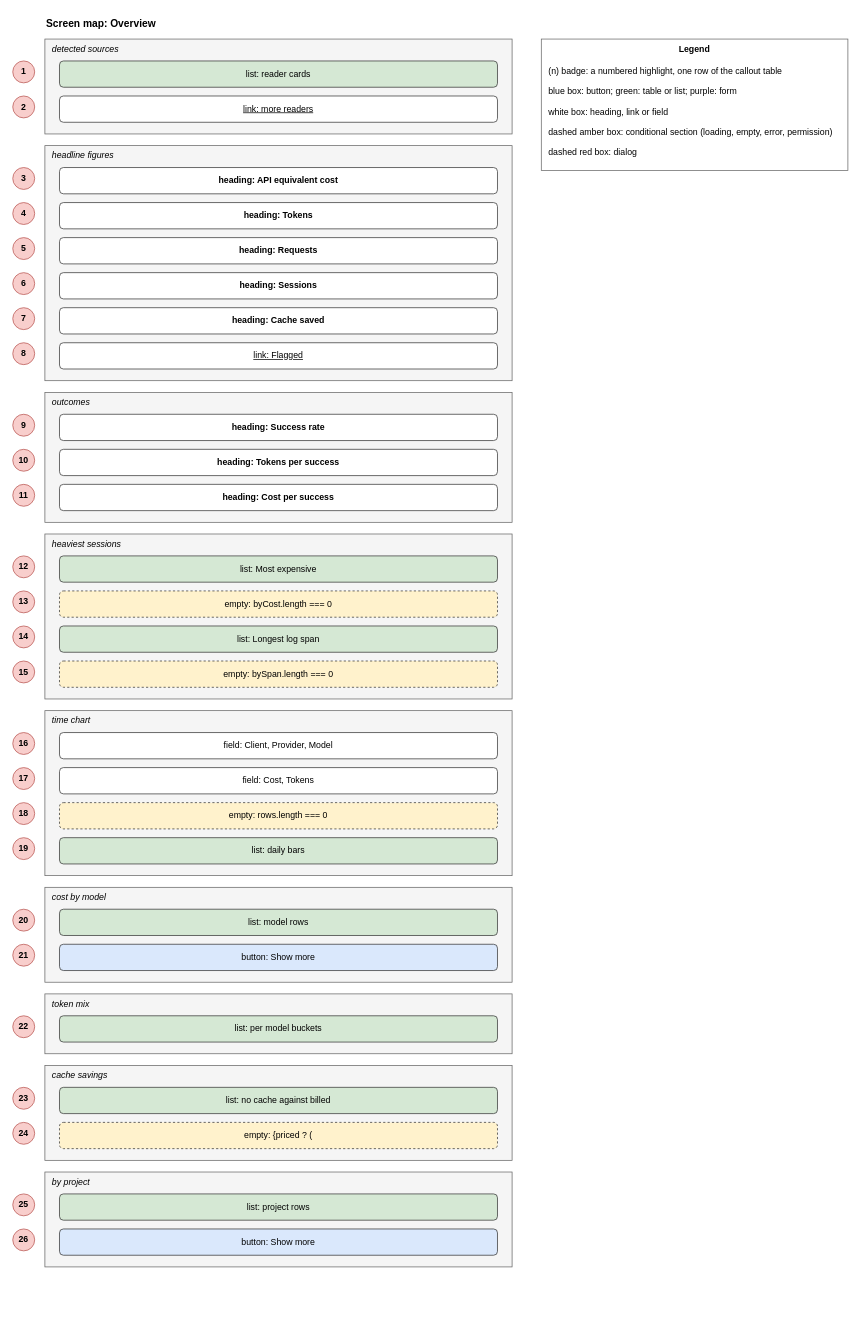
Above: docs/brain/architecture/drawio/drawio-screen-overview.drawio in GeorgiNaydenov/LocalTokenomics (draw.io), before the change. Source tidied: cells renumbered, new cells numbered last; positions are measured from the earlier drawing's top-left corner, leaving out a move shared by most shapes. Both pictures are drawn from the tidied source at 73%, with x=0, y=0 at pixel (12, 12).
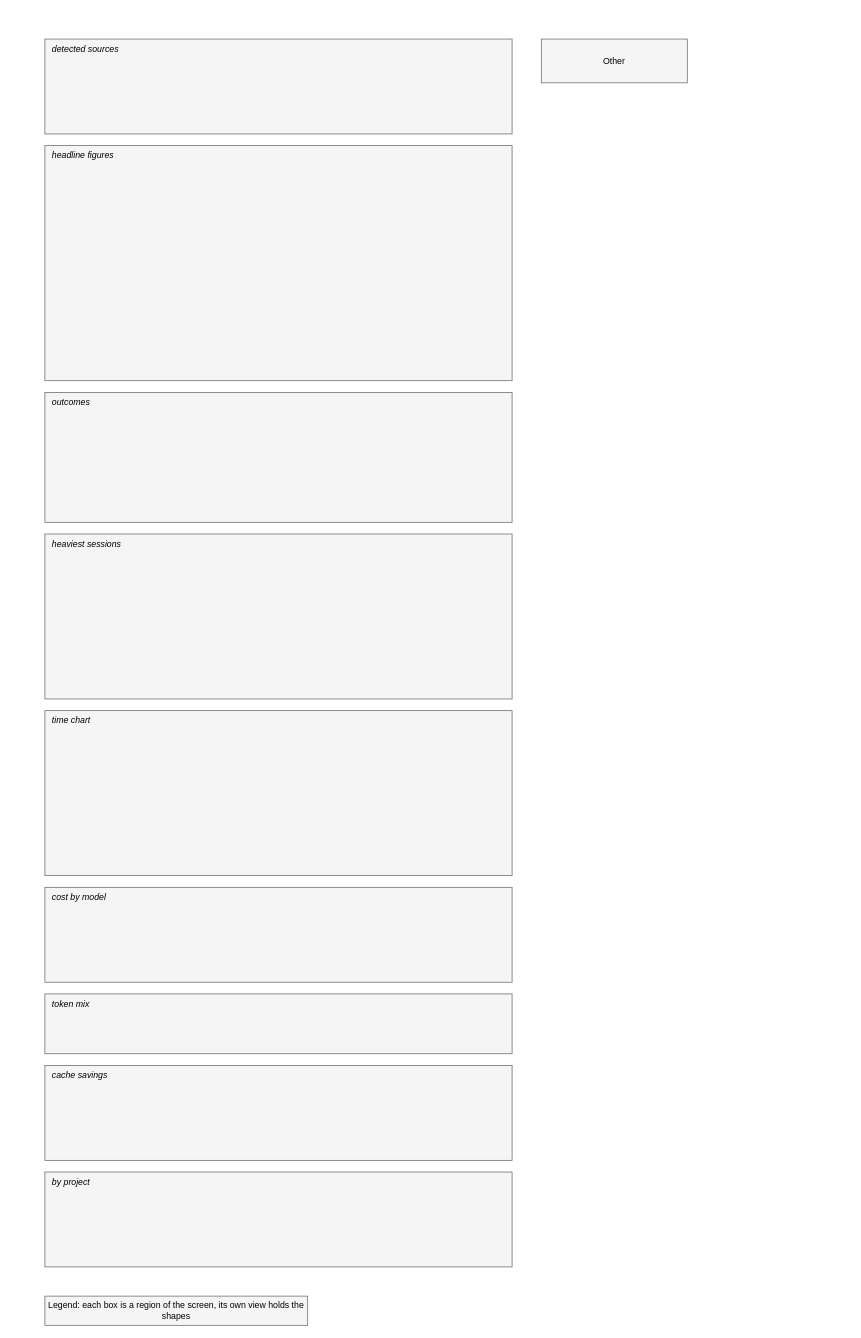
The same diagram, later.

The change refers to these unchanged cells:
```xml
<mxCell id="3" value="detected sources" style="rounded=0;whiteSpace=wrap;html=0;fillColor=#f5f5f5;strokeColor=#666666;verticalAlign=top;align=left;spacingLeft=8;fontStyle=2;" parent="1" vertex="1">
  <mxGeometry x="44" y="36" width="640" height="130" as="geometry" />
</mxCell>
<mxCell id="8" value="headline figures" style="rounded=0;whiteSpace=wrap;html=0;fillColor=#f5f5f5;strokeColor=#666666;verticalAlign=top;align=left;spacingLeft=8;fontStyle=2;" parent="1" vertex="1">
  <mxGeometry x="44" y="182" width="640" height="322" as="geometry" />
</mxCell>
<mxCell id="21" value="outcomes" style="rounded=0;whiteSpace=wrap;html=0;fillColor=#f5f5f5;strokeColor=#666666;verticalAlign=top;align=left;spacingLeft=8;fontStyle=2;" parent="1" vertex="1">
  <mxGeometry x="44" y="520" width="640" height="178" as="geometry" />
</mxCell>
<mxCell id="28" value="heaviest sessions" style="rounded=0;whiteSpace=wrap;html=0;fillColor=#f5f5f5;strokeColor=#666666;verticalAlign=top;align=left;spacingLeft=8;fontStyle=2;" parent="1" vertex="1">
  <mxGeometry x="44" y="714" width="640" height="226" as="geometry" />
</mxCell>
<mxCell id="37" value="time chart" style="rounded=0;whiteSpace=wrap;html=0;fillColor=#f5f5f5;strokeColor=#666666;verticalAlign=top;align=left;spacingLeft=8;fontStyle=2;" parent="1" vertex="1">
  <mxGeometry x="44" y="956" width="640" height="226" as="geometry" />
</mxCell>
<mxCell id="46" value="cost by model" style="rounded=0;whiteSpace=wrap;html=0;fillColor=#f5f5f5;strokeColor=#666666;verticalAlign=top;align=left;spacingLeft=8;fontStyle=2;" parent="1" vertex="1">
  <mxGeometry x="44" y="1198" width="640" height="130" as="geometry" />
</mxCell>
<mxCell id="51" value="token mix" style="rounded=0;whiteSpace=wrap;html=0;fillColor=#f5f5f5;strokeColor=#666666;verticalAlign=top;align=left;spacingLeft=8;fontStyle=2;" parent="1" vertex="1">
  <mxGeometry x="44" y="1344" width="640" height="82" as="geometry" />
</mxCell>
<mxCell id="54" value="cache savings" style="rounded=0;whiteSpace=wrap;html=0;fillColor=#f5f5f5;strokeColor=#666666;verticalAlign=top;align=left;spacingLeft=8;fontStyle=2;" parent="1" vertex="1">
  <mxGeometry x="44" y="1442" width="640" height="130" as="geometry" />
</mxCell>
<mxCell id="59" value="by project" style="rounded=0;whiteSpace=wrap;html=0;fillColor=#f5f5f5;strokeColor=#666666;verticalAlign=top;align=left;spacingLeft=8;fontStyle=2;" parent="1" vertex="1">
  <mxGeometry x="44" y="1588" width="640" height="130" as="geometry" />
</mxCell>
```

What changed in the source:
```diff
@@
-    <mxCell id="2" value="Screen map: Overview" style="text;html=0;fontStyle=1;fontSize=14;align=left;" parent="1" vertex="1">
-      <mxGeometry x="44" width="500" height="24" as="geometry" />
-    </mxCell>
@@
-    <mxCell id="4" value="list: reader cards" style="rounded=1;whiteSpace=wrap;html=0;fillColor=#d5e8d4;strokeColor=#333333;" parent="3" vertex="1">
-      <mxGeometry x="20" y="30" width="600" height="36" as="geometry" />
-    </mxCell>
-    <mxCell id="5" value="1" style="ellipse;whiteSpace=wrap;html=0;fillColor=#f8cecc;strokeColor=#b85450;fontStyle=1;" parent="1" vertex="1">
-      <mxGeometry y="66" width="30" height="30" as="geometry" />
-    </mxCell>
-    <mxCell id="6" value="link: more readers" style="rounded=1;whiteSpace=wrap;html=0;fillColor=#ffffff;strokeColor=#333333;fontStyle=4;" parent="3" vertex="1">
-      <mxGeometry x="20" y="78" width="600" height="36" as="geometry" />
-    </mxCell>
-    <mxCell id="7" value="2" style="ellipse;whiteSpace=wrap;html=0;fillColor=#f8cecc;strokeColor=#b85450;fontStyle=1;" parent="1" vertex="1">
-      <mxGeometry y="114" width="30" height="30" as="geometry" />
-    </mxCell>
@@
-    <mxCell id="9" value="heading: API equivalent cost" style="rounded=1;whiteSpace=wrap;html=0;fillColor=#ffffff;strokeColor=#333333;fontStyle=1;" parent="8" vertex="1">
-      <mxGeometry x="20" y="30" width="600" height="36" as="geometry" />
-    </mxCell>
-    <mxCell id="10" value="3" style="ellipse;whiteSpace=wrap;html=0;fillColor=#f8cecc;strokeColor=#b85450;fontStyle=1;" parent="1" vertex="1">
-      <mxGeometry y="212" width="30" height="30" as="geometry" />
-    </mxCell>
-    <mxCell id="11" value="heading: Tokens" style="rounded=1;whiteSpace=wrap;html=0;fillColor=#ffffff;strokeColor=#333333;fontStyle=1;" parent="8" vertex="1">
-      <mxGeometry x="20" y="78" width="600" height="36" as="geometry" />
-    </mxCell>
-    <mxCell id="12" value="4" style="ellipse;whiteSpace=wrap;html=0;fillColor=#f8cecc;strokeColor=#b85450;fontStyle=1;" parent="1" vertex="1">
-      <mxGeometry y="260" width="30" height="30" as="geometry" />
-    </mxCell>
-    <mxCell id="13" value="heading: Requests" style="rounded=1;whiteSpace=wrap;html=0;fillColor=#ffffff;strokeColor=#333333;fontStyle=1;" parent="8" vertex="1">
-      <mxGeometry x="20" y="126" width="600" height="36" as="geometry" />
-    </mxCell>
-    <mxCell id="14" value="5" style="ellipse;whiteSpace=wrap;html=0;fillColor=#f8cecc;strokeColor=#b85450;fontStyle=1;" parent="1" vertex="1">
-      <mxGeometry y="308" width="30" height="30" as="geometry" />
-    </mxCell>
-    <mxCell id="15" value="heading: Sessions" style="rounded=1;whiteSpace=wrap;html=0;fillColor=#ffffff;strokeColor=#333333;fontStyle=1;" parent="8" vertex="1">
-      <mxGeometry x="20" y="174" width="600" height="36" as="geometry" />
-    </mxCell>
-    <mxCell id="16" value="6" style="ellipse;whiteSpace=wrap;html=0;fillColor=#f8cecc;strokeColor=#b85450;fontStyle=1;" parent="1" vertex="1">
-      <mxGeometry y="356" width="30" height="30" as="geometry" />
-    </mxCell>
-    <mxCell id="17" value="heading: Cache saved" style="rounded=1;whiteSpace=wrap;html=0;fillColor=#ffffff;strokeColor=#333333;fontStyle=1;" parent="8" vertex="1">
-      <mxGeometry x="20" y="222" width="600" height="36" as="geometry" />
-    </mxCell>
-    <mxCell id="18" value="7" style="ellipse;whiteSpace=wrap;html=0;fillColor=#f8cecc;strokeColor=#b85450;fontStyle=1;" parent="1" vertex="1">
-      <mxGeometry y="404" width="30" height="30" as="geometry" />
-    </mxCell>
-    <mxCell id="19" value="link: Flagged" style="rounded=1;whiteSpace=wrap;html=0;fillColor=#ffffff;strokeColor=#333333;fontStyle=4;" parent="8" vertex="1">
-      <mxGeometry x="20" y="270" width="600" height="36" as="geometry" />
-    </mxCell>
-    <mxCell id="20" value="8" style="ellipse;whiteSpace=wrap;html=0;fillColor=#f8cecc;strokeColor=#b85450;fontStyle=1;" parent="1" vertex="1">
-      <mxGeometry y="452" width="30" height="30" as="geometry" />
-    </mxCell>
@@
-    <mxCell id="22" value="heading: Success rate" style="rounded=1;whiteSpace=wrap;html=0;fillColor=#ffffff;strokeColor=#333333;fontStyle=1;" parent="21" vertex="1">
-      <mxGeometry x="20" y="30" width="600" height="36" as="geometry" />
-    </mxCell>
-    <mxCell id="23" value="9" style="ellipse;whiteSpace=wrap;html=0;fillColor=#f8cecc;strokeColor=#b85450;fontStyle=1;" parent="1" vertex="1">
-      <mxGeometry y="550" width="30" height="30" as="geometry" />
-    </mxCell>
-    <mxCell id="24" value="heading: Tokens per success" style="rounded=1;whiteSpace=wrap;html=0;fillColor=#ffffff;strokeColor=#333333;fontStyle=1;" parent="21" vertex="1">
-      <mxGeometry x="20" y="78" width="600" height="36" as="geometry" />
-    </mxCell>
-    <mxCell id="25" value="10" style="ellipse;whiteSpace=wrap;html=0;fillColor=#f8cecc;strokeColor=#b85450;fontStyle=1;" parent="1" vertex="1">
-      <mxGeometry y="598" width="30" height="30" as="geometry" />
-    </mxCell>
-    <mxCell id="26" value="heading: Cost per success" style="rounded=1;whiteSpace=wrap;html=0;fillColor=#ffffff;strokeColor=#333333;fontStyle=1;" parent="21" vertex="1">
-      <mxGeometry x="20" y="126" width="600" height="36" as="geometry" />
-    </mxCell>
-    <mxCell id="27" value="11" style="ellipse;whiteSpace=wrap;html=0;fillColor=#f8cecc;strokeColor=#b85450;fontStyle=1;" parent="1" vertex="1">
-      <mxGeometry y="646" width="30" height="30" as="geometry" />
-    </mxCell>
@@
-    <mxCell id="29" value="list: Most expensive" style="rounded=1;whiteSpace=wrap;html=0;fillColor=#d5e8d4;strokeColor=#333333;" parent="28" vertex="1">
-      <mxGeometry x="20" y="30" width="600" height="36" as="geometry" />
-    </mxCell>
-    <mxCell id="30" value="12" style="ellipse;whiteSpace=wrap;html=0;fillColor=#f8cecc;strokeColor=#b85450;fontStyle=1;" parent="1" vertex="1">
-      <mxGeometry y="744" width="30" height="30" as="geometry" />
-    </mxCell>
-    <mxCell id="31" value="empty: byCost.length === 0" style="rounded=1;whiteSpace=wrap;html=0;fillColor=#fff2cc;strokeColor=#333333;dashed=1;" parent="28" vertex="1">
-      <mxGeometry x="20" y="78" width="600" height="36" as="geometry" />
-    </mxCell>
-    <mxCell id="32" value="13" style="ellipse;whiteSpace=wrap;html=0;fillColor=#f8cecc;strokeColor=#b85450;fontStyle=1;" parent="1" vertex="1">
-      <mxGeometry y="792" width="30" height="30" as="geometry" />
-    </mxCell>
-    <mxCell id="33" value="list: Longest log span" style="rounded=1;whiteSpace=wrap;html=0;fillColor=#d5e8d4;strokeColor=#333333;" parent="28" vertex="1">
-      <mxGeometry x="20" y="126" width="600" height="36" as="geometry" />
-    </mxCell>
-    <mxCell id="34" value="14" style="ellipse;whiteSpace=wrap;html=0;fillColor=#f8cecc;strokeColor=#b85450;fontStyle=1;" parent="1" vertex="1">
-      <mxGeometry y="840" width="30" height="30" as="geometry" />
-    </mxCell>
-    <mxCell id="35" value="empty: bySpan.length === 0" style="rounded=1;whiteSpace=wrap;html=0;fillColor=#fff2cc;strokeColor=#333333;dashed=1;" parent="28" vertex="1">
-      <mxGeometry x="20" y="174" width="600" height="36" as="geometry" />
-    </mxCell>
-    <mxCell id="36" value="15" style="ellipse;whiteSpace=wrap;html=0;fillColor=#f8cecc;strokeColor=#b85450;fontStyle=1;" parent="1" vertex="1">
-      <mxGeometry y="888" width="30" height="30" as="geometry" />
-    </mxCell>
@@
-    <mxCell id="38" value="field: Client, Provider, Model" style="rounded=1;whiteSpace=wrap;html=0;fillColor=#ffffff;strokeColor=#333333;" parent="37" vertex="1">
-      <mxGeometry x="20" y="30" width="600" height="36" as="geometry" />
-    </mxCell>
-    <mxCell id="39" value="16" style="ellipse;whiteSpace=wrap;html=0;fillColor=#f8cecc;strokeColor=#b85450;fontStyle=1;" parent="1" vertex="1">
-      <mxGeometry y="986" width="30" height="30" as="geometry" />
-    </mxCell>
-    <mxCell id="40" value="field: Cost, Tokens" style="rounded=1;whiteSpace=wrap;html=0;fillColor=#ffffff;strokeColor=#333333;" parent="37" vertex="1">
-      <mxGeometry x="20" y="78" width="600" height="36" as="geometry" />
-    </mxCell>
-    <mxCell id="41" value="17" style="ellipse;whiteSpace=wrap;html=0;fillColor=#f8cecc;strokeColor=#b85450;fontStyle=1;" parent="1" vertex="1">
-      <mxGeometry y="1034" width="30" height="30" as="geometry" />
-    </mxCell>
-    <mxCell id="42" value="empty: rows.length === 0" style="rounded=1;whiteSpace=wrap;html=0;fillColor=#fff2cc;strokeColor=#333333;dashed=1;" parent="37" vertex="1">
-      <mxGeometry x="20" y="126" width="600" height="36" as="geometry" />
-    </mxCell>
-    <mxCell id="43" value="18" style="ellipse;whiteSpace=wrap;html=0;fillColor=#f8cecc;strokeColor=#b85450;fontStyle=1;" parent="1" vertex="1">
-      <mxGeometry y="1082" width="30" height="30" as="geometry" />
-    </mxCell>
-    <mxCell id="44" value="list: daily bars" style="rounded=1;whiteSpace=wrap;html=0;fillColor=#d5e8d4;strokeColor=#333333;" parent="37" vertex="1">
-      <mxGeometry x="20" y="174" width="600" height="36" as="geometry" />
-    </mxCell>
-    <mxCell id="45" value="19" style="ellipse;whiteSpace=wrap;html=0;fillColor=#f8cecc;strokeColor=#b85450;fontStyle=1;" parent="1" vertex="1">
-      <mxGeometry y="1130" width="30" height="30" as="geometry" />
-    </mxCell>
@@
-    <mxCell id="47" value="list: model rows" style="rounded=1;whiteSpace=wrap;html=0;fillColor=#d5e8d4;strokeColor=#333333;" parent="46" vertex="1">
-      <mxGeometry x="20" y="30" width="600" height="36" as="geometry" />
-    </mxCell>
-    <mxCell id="48" value="20" style="ellipse;whiteSpace=wrap;html=0;fillColor=#f8cecc;strokeColor=#b85450;fontStyle=1;" parent="1" vertex="1">
-      <mxGeometry y="1228" width="30" height="30" as="geometry" />
-    </mxCell>
-    <mxCell id="49" value="button: Show more" style="rounded=1;whiteSpace=wrap;html=0;fillColor=#dae8fc;strokeColor=#333333;" parent="46" vertex="1">
-      <mxGeometry x="20" y="78" width="600" height="36" as="geometry" />
-    </mxCell>
-    <mxCell id="50" value="21" style="ellipse;whiteSpace=wrap;html=0;fillColor=#f8cecc;strokeColor=#b85450;fontStyle=1;" parent="1" vertex="1">
-      <mxGeometry y="1276" width="30" height="30" as="geometry" />
-    </mxCell>
@@
-    <mxCell id="52" value="list: per model buckets" style="rounded=1;whiteSpace=wrap;html=0;fillColor=#d5e8d4;strokeColor=#333333;" parent="51" vertex="1">
-      <mxGeometry x="20" y="30" width="600" height="36" as="geometry" />
-    </mxCell>
-    <mxCell id="53" value="22" style="ellipse;whiteSpace=wrap;html=0;fillColor=#f8cecc;strokeColor=#b85450;fontStyle=1;" parent="1" vertex="1">
-      <mxGeometry y="1374" width="30" height="30" as="geometry" />
-    </mxCell>
@@
-    <mxCell id="55" value="list: no cache against billed" style="rounded=1;whiteSpace=wrap;html=0;fillColor=#d5e8d4;strokeColor=#333333;" parent="54" vertex="1">
-      <mxGeometry x="20" y="30" width="600" height="36" as="geometry" />
-    </mxCell>
-    <mxCell id="56" value="23" style="ellipse;whiteSpace=wrap;html=0;fillColor=#f8cecc;strokeColor=#b85450;fontStyle=1;" parent="1" vertex="1">
-      <mxGeometry y="1472" width="30" height="30" as="geometry" />
-    </mxCell>
-    <mxCell id="57" value="empty: {priced ? (" style="rounded=1;whiteSpace=wrap;html=0;fillColor=#fff2cc;strokeColor=#333333;dashed=1;" parent="54" vertex="1">
-      <mxGeometry x="20" y="78" width="600" height="36" as="geometry" />
-    </mxCell>
-    <mxCell id="58" value="24" style="ellipse;whiteSpace=wrap;html=0;fillColor=#f8cecc;strokeColor=#b85450;fontStyle=1;" parent="1" vertex="1">
-      <mxGeometry y="1520" width="30" height="30" as="geometry" />
-    </mxCell>
@@
-    <mxCell id="60" value="list: project rows" style="rounded=1;whiteSpace=wrap;html=0;fillColor=#d5e8d4;strokeColor=#333333;" parent="59" vertex="1">
-      <mxGeometry x="20" y="30" width="600" height="36" as="geometry" />
-    </mxCell>
-    <mxCell id="61" value="25" style="ellipse;whiteSpace=wrap;html=0;fillColor=#f8cecc;strokeColor=#b85450;fontStyle=1;" parent="1" vertex="1">
-      <mxGeometry y="1618" width="30" height="30" as="geometry" />
-    </mxCell>
-    <mxCell id="62" value="button: Show more" style="rounded=1;whiteSpace=wrap;html=0;fillColor=#dae8fc;strokeColor=#333333;" parent="59" vertex="1">
-      <mxGeometry x="20" y="78" width="600" height="36" as="geometry" />
-    </mxCell>
-    <mxCell id="63" value="26" style="ellipse;whiteSpace=wrap;html=0;fillColor=#f8cecc;strokeColor=#b85450;fontStyle=1;" parent="1" vertex="1">
-      <mxGeometry y="1666" width="30" height="30" as="geometry" />
-    </mxCell>
-    <mxCell id="64" value="Legend" style="rounded=0;whiteSpace=wrap;html=0;fillColor=#ffffff;strokeColor=#666666;verticalAlign=top;fontStyle=1;" parent="1" vertex="1">
-      <mxGeometry x="724" y="36" width="420" height="180" as="geometry" />
-    </mxCell>
-    <mxCell id="65" value="(n) badge: a numbered highlight, one row of the callout table" style="text;html=0;align=left;whiteSpace=wrap;" parent="64" vertex="1">
-      <mxGeometry x="8" y="30" width="400" height="24" as="geometry" />
-    </mxCell>
-    <mxCell id="66" value="blue box: button; green: table or list; purple: form" style="text;html=0;align=left;whiteSpace=wrap;" parent="64" vertex="1">
-      <mxGeometry x="8" y="58" width="400" height="24" as="geometry" />
-    </mxCell>
-    <mxCell id="67" value="white box: heading, link or field" style="text;html=0;align=left;whiteSpace=wrap;" parent="64" vertex="1">
-      <mxGeometry x="8" y="86" width="400" height="24" as="geometry" />
-    </mxCell>
-    <mxCell id="68" value="dashed amber box: conditional section (loading, empty, error, permission)" style="text;html=0;align=left;whiteSpace=wrap;" parent="64" vertex="1">
-      <mxGeometry x="8" y="114" width="400" height="24" as="geometry" />
-    </mxCell>
-    <mxCell id="69" value="dashed red box: dialog" style="text;html=0;align=left;whiteSpace=wrap;" parent="64" vertex="1">
-      <mxGeometry x="8" y="142" width="400" height="24" as="geometry" />
-    </mxCell>
+    <mxCell id="70" value="Other" style="rounded=0;whiteSpace=wrap;html=1;fillColor=#F5F5F5;strokeColor=#666666;fontColor=#000000;" parent="1" vertex="1">
+      <mxGeometry x="724" y="36" width="200" height="60" as="geometry" />
+    </mxCell>
+    <mxCell id="71" value="Legend: each box is a region of the screen, its own view holds the shapes" style="rounded=0;whiteSpace=wrap;html=1;fillColor=#F5F5F5;strokeColor=#666666;fontColor=#000000;" parent="1" vertex="1">
+      <mxGeometry x="44" y="1758" width="360" height="40" as="geometry" />
+    </mxCell>
```
